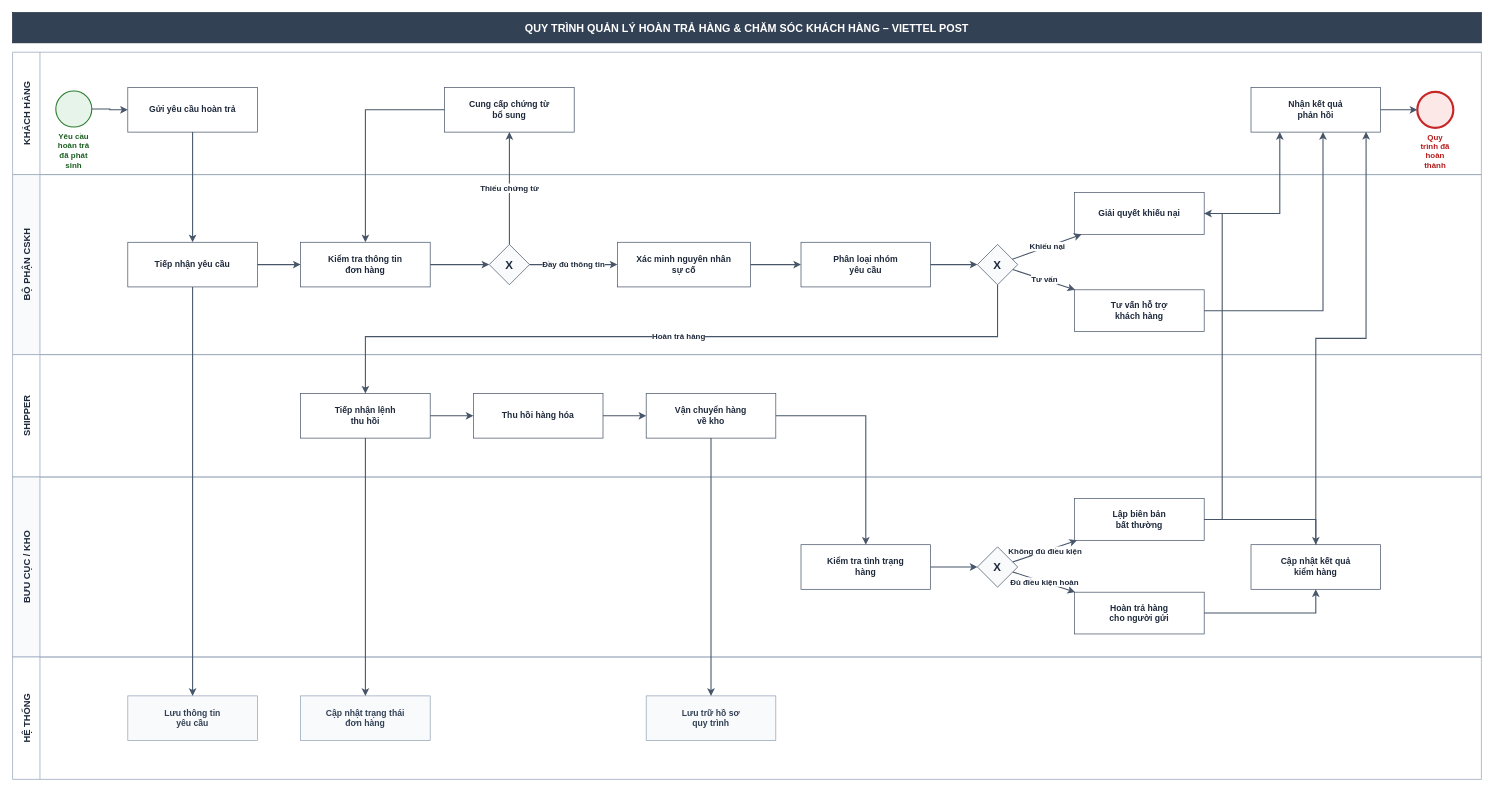
huytn6/business-process-management-project keeps this draw.io diagram as 01.WORKING_SPACE/hau/QuyTrinhHoanTraCSKH.drawio. Above is the earlier version. Source tidied: cells renumbered, new cells numbered last; positions are measured from the earlier drawing's top-left corner, leaving out a move shared by most shapes. Both pictures are drawn from the tidied source at 72%, with x=0, y=0 at pixel (12, 12).
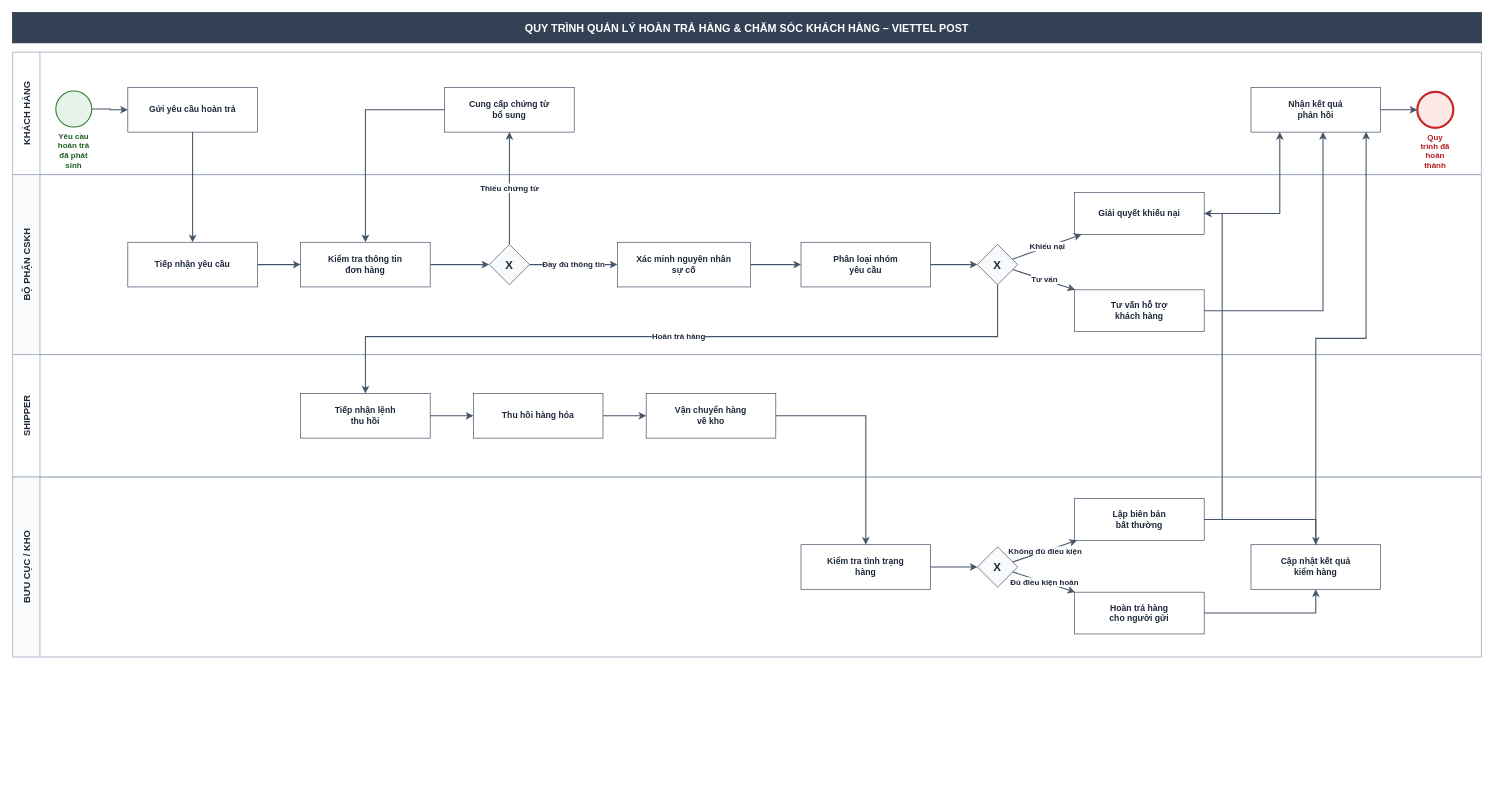
After the change.

Commit message:
refactor(bpmn): loại bỏ lane Hệ thống khỏi sơ đồ QuyTrinhHoanTraCSKH.drawio

The change refers to these unchanged cells:
```xml
<mxCell id="14" value="Tiếp nhận yêu cầu" style="rounded=0;whiteSpace=wrap;html=1;fillColor=#ffffff;strokeColor=#475569;strokeWidth=1;fontColor=#1e293b;fontSize=12;fontStyle=1;" parent="1" vertex="1">
  <mxGeometry x="160" y="319" width="180" height="62" as="geometry" />
</mxCell>
<mxCell id="22" value="Tiếp nhận lệnh&#10;thu hồi" style="rounded=0;whiteSpace=wrap;html=1;fillColor=#ffffff;strokeColor=#475569;strokeWidth=1;fontColor=#1e293b;fontSize=12;fontStyle=1;" parent="1" vertex="1">
  <mxGeometry x="400" y="529" width="180" height="62" as="geometry" />
</mxCell>
<mxCell id="24" value="Vận chuyển hàng&#10;về kho" style="rounded=0;whiteSpace=wrap;html=1;fillColor=#ffffff;strokeColor=#475569;strokeWidth=1;fontColor=#1e293b;fontSize=12;fontStyle=1;" parent="1" vertex="1">
  <mxGeometry x="880" y="529" width="180" height="62" as="geometry" />
</mxCell>
```

What changed in the source:
```diff
@@
-    <mxCell id="8" value="HỆ THỐNG" style="swimlane;html=1;startSize=38;horizontal=0;fillColor=#ffffff;strokeColor=#94a3b8;strokeWidth=1;fontStyle=1;fontSize=13;fontColor=#1e293b;whiteSpace=wrap;" parent="1" vertex="1">
-      <mxGeometry y="895" width="2040" height="170" as="geometry" />
-    </mxCell>
@@
-    <mxCell id="29" value="Lưu thông tin&#10;yêu cầu" style="rounded=0;whiteSpace=wrap;html=1;fillColor=#f8fafc;strokeColor=#94a3b8;strokeWidth=1;fontColor=#334155;fontSize=12;fontStyle=1;" parent="1" vertex="1">
-      <mxGeometry x="160" y="949" width="180" height="62" as="geometry" />
-    </mxCell>
-    <mxCell id="30" value="Cập nhật trạng thái&#10;đơn hàng" style="rounded=0;whiteSpace=wrap;html=1;fillColor=#f8fafc;strokeColor=#94a3b8;strokeWidth=1;fontColor=#334155;fontSize=12;fontStyle=1;" parent="1" vertex="1">
-      <mxGeometry x="400" y="949" width="180" height="62" as="geometry" />
-    </mxCell>
-    <mxCell id="31" value="Lưu trữ hồ sơ&#10;quy trình" style="rounded=0;whiteSpace=wrap;html=1;fillColor=#f8fafc;strokeColor=#94a3b8;strokeWidth=1;fontColor=#334155;fontSize=12;fontStyle=1;" parent="1" vertex="1">
-      <mxGeometry x="880" y="949" width="180" height="62" as="geometry" />
-    </mxCell>
@@
-    <mxCell id="34" style="edgeStyle=orthogonalEdgeStyle;rounded=0;jettySize=auto;html=1;strokeColor=#475569;strokeWidth=1.5;endArrow=classic;" parent="1" edge="1" source="14" target="29">
-      <mxGeometry relative="1" as="geometry" />
-    </mxCell>
@@
-    <mxCell id="45" style="edgeStyle=orthogonalEdgeStyle;rounded=0;jettySize=auto;html=1;strokeColor=#475569;strokeWidth=1.5;endArrow=classic;" parent="1" edge="1" source="22" target="30">
-      <mxGeometry relative="1" as="geometry" />
-    </mxCell>
@@
-    <mxCell id="49" style="edgeStyle=orthogonalEdgeStyle;rounded=0;jettySize=auto;html=1;strokeColor=#475569;strokeWidth=1.5;endArrow=classic;" parent="1" edge="1" source="24" target="31">
-      <mxGeometry relative="1" as="geometry" />
-    </mxCell>
```
